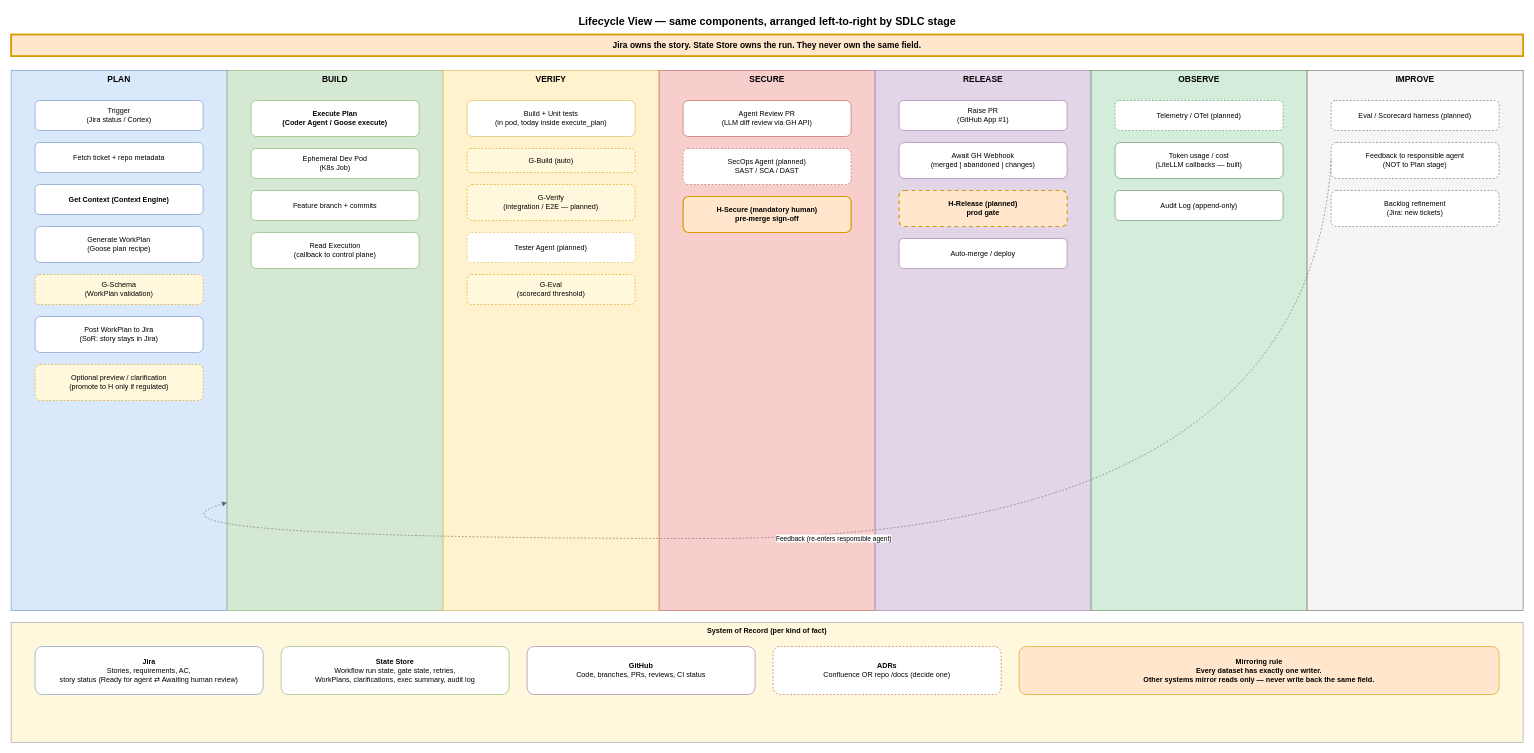
Earlier version of the draw.io diagram page "Lifecycle View" (3 of 3) of docs/agentic-workflow-hld/hld-proposed.drawio (ngbank/ngb-agent-orchestrator). Source tidied: cells renumbered, new cells numbered last; positions are measured from the earlier drawing's top-left corner, leaving out a move shared by most shapes. Both pictures are drawn from the tidied source at 60%, with x=0, y=0 at pixel (11, 10).
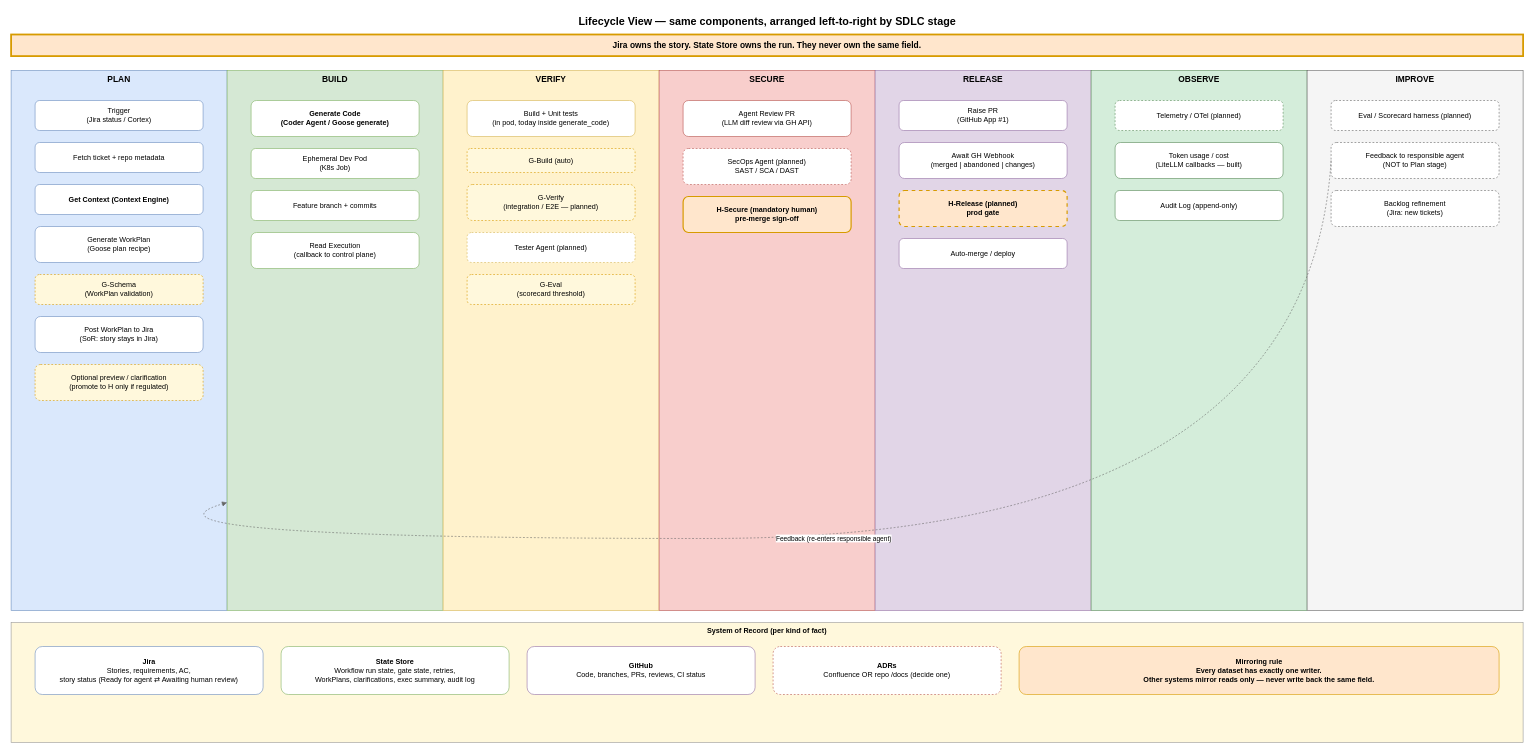
The same diagram, later.

What changed in the source:
```diff
@@
-    <mxCell id="18" value="Execute Plan&#10;(Coder Agent / Goose execute)" style="rounded=1;whiteSpace=wrap;html=1;fillColor=#ffffff;strokeColor=#82b366;fontStyle=1;" parent="1" vertex="1">
+    <mxCell id="18" value="Generate Code&#10;(Coder Agent / Goose generate)" style="rounded=1;whiteSpace=wrap;html=1;fillColor=#ffffff;strokeColor=#82b366;fontStyle=1;" parent="1" vertex="1">
       <mxGeometry x="400" y="150" width="280" height="60" as="geometry" />
     </mxCell>
@@
-    <mxCell id="22" value="Build + Unit tests&#10;(in pod, today inside execute_plan)" style="rounded=1;whiteSpace=wrap;html=1;fillColor=#ffffff;strokeColor=#d6b656;" parent="1" vertex="1">
+    <mxCell id="22" value="Build + Unit tests&#10;(in pod, today inside generate_code)" style="rounded=1;whiteSpace=wrap;html=1;fillColor=#ffffff;strokeColor=#d6b656;" parent="1" vertex="1">
       <mxGeometry x="760" y="150" width="280" height="60" as="geometry" />
     </mxCell>
```
